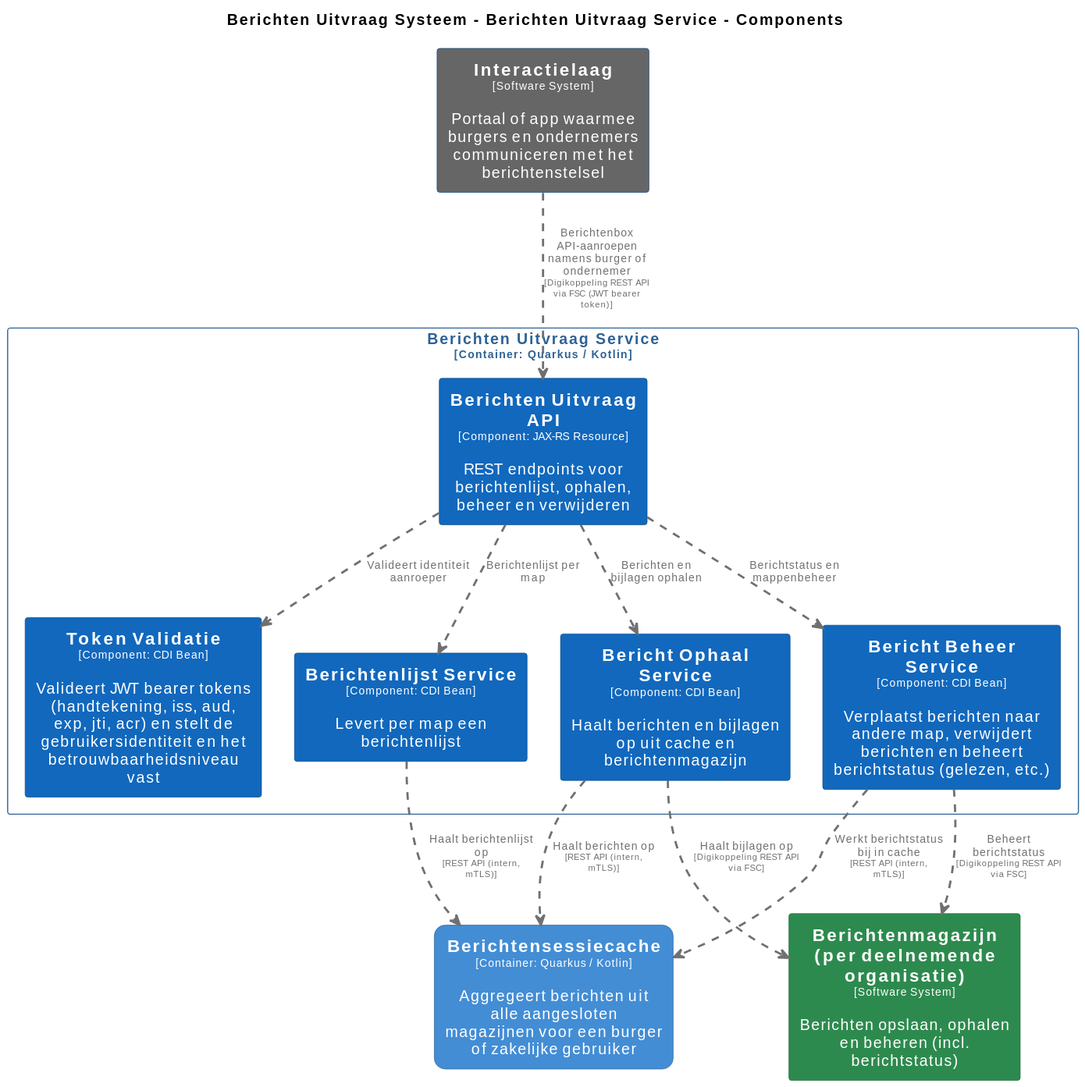
MinBZK/moza-poc-fbs-berichtenbox keeps this PlantUML diagram as pr-preview/pr-22/master/svg/BerichtenUitvraagServiceComponenten.svg. Above is the earlier version. Its source is kept beside it as pr-preview/pr-22/master/puml/BerichtenUitvraagServiceComponenten.puml.
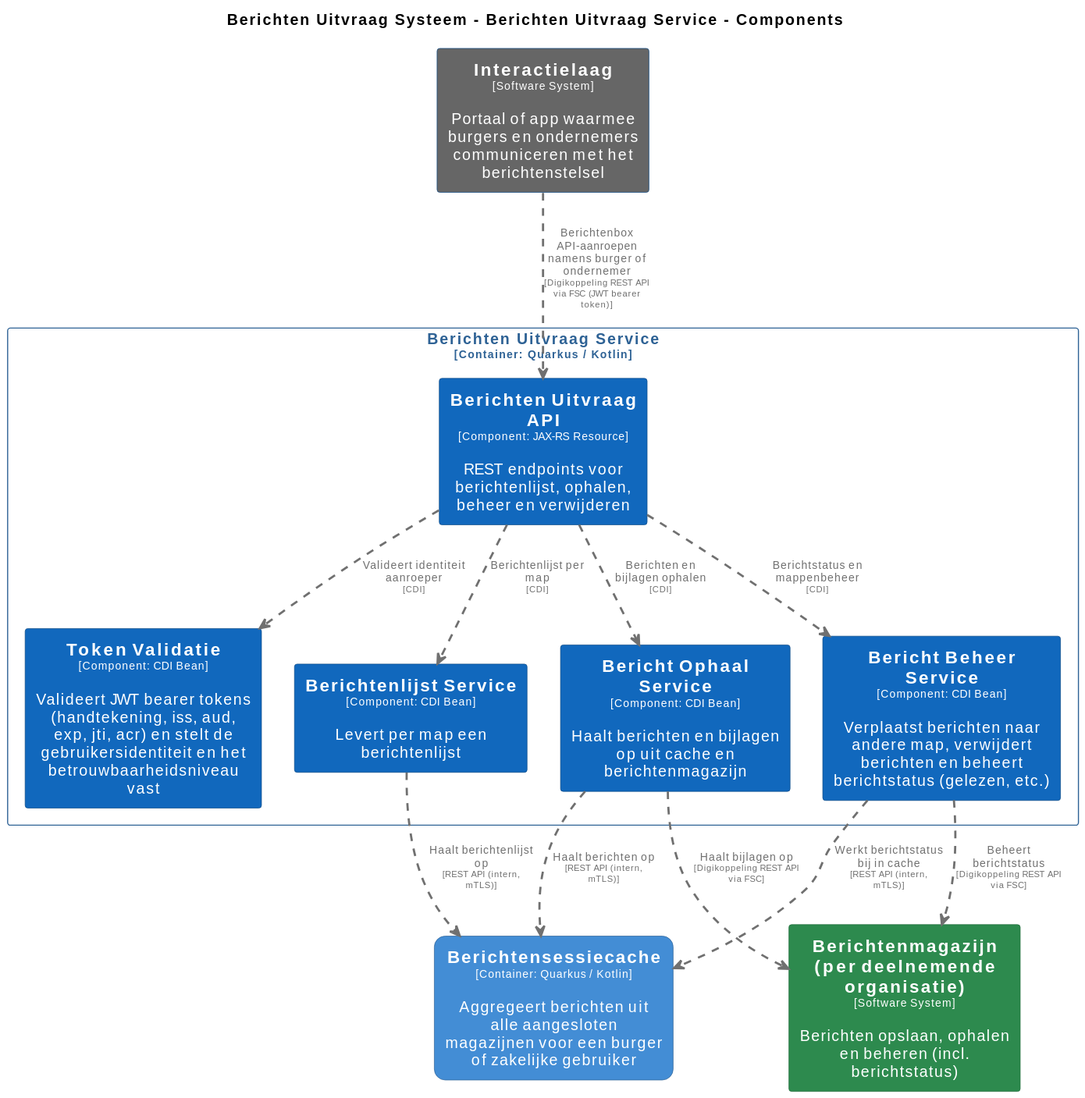
The same diagram one commit later.

Change to the diagram source:
```diff
@@ -82,10 +82,10 @@
   rectangle "==Bericht Beheer Service\n<size:10>[Component: CDI Bean]</size>\n\nVerplaatst berichten naar andere map, verwijdert berichten en beheert berichtstatus (gelezen, etc.)" <<BerichtenUitvraagSysteem.BerichtenUitvraagService.BerichtBeheerService>> as BerichtenUitvraagSysteem.BerichtenUitvraagService.BerichtBeheerService
 }
 
-BerichtenUitvraagSysteem.BerichtenUitvraagService.BerichtenUitvraagAPI .[#707070,thickness=2].> BerichtenUitvraagSysteem.BerichtenUitvraagService.TokenValidatie : "<color:#707070>Valideert identiteit aanroeper"
-BerichtenUitvraagSysteem.BerichtenUitvraagService.BerichtenUitvraagAPI .[#707070,thickness=2].> BerichtenUitvraagSysteem.BerichtenUitvraagService.BerichtenlijstService : "<color:#707070>Berichtenlijst per map"
-BerichtenUitvraagSysteem.BerichtenUitvraagService.BerichtenUitvraagAPI .[#707070,thickness=2].> BerichtenUitvraagSysteem.BerichtenUitvraagService.BerichtOphaalService : "<color:#707070>Berichten en bijlagen ophalen"
-BerichtenUitvraagSysteem.BerichtenUitvraagService.BerichtenUitvraagAPI .[#707070,thickness=2].> BerichtenUitvraagSysteem.BerichtenUitvraagService.BerichtBeheerService : "<color:#707070>Berichtstatus en mappenbeheer"
+BerichtenUitvraagSysteem.BerichtenUitvraagService.BerichtenUitvraagAPI .[#707070,thickness=2].> BerichtenUitvraagSysteem.BerichtenUitvraagService.TokenValidatie : "<color:#707070>Valideert identiteit aanroeper\n<color:#707070><size:8>[CDI]</size>"
+BerichtenUitvraagSysteem.BerichtenUitvraagService.BerichtenUitvraagAPI .[#707070,thickness=2].> BerichtenUitvraagSysteem.BerichtenUitvraagService.BerichtenlijstService : "<color:#707070>Berichtenlijst per map\n<color:#707070><size:8>[CDI]</size>"
+BerichtenUitvraagSysteem.BerichtenUitvraagService.BerichtenUitvraagAPI .[#707070,thickness=2].> BerichtenUitvraagSysteem.BerichtenUitvraagService.BerichtOphaalService : "<color:#707070>Berichten en bijlagen ophalen\n<color:#707070><size:8>[CDI]</size>"
+BerichtenUitvraagSysteem.BerichtenUitvraagService.BerichtenUitvraagAPI .[#707070,thickness=2].> BerichtenUitvraagSysteem.BerichtenUitvraagService.BerichtBeheerService : "<color:#707070>Berichtstatus en mappenbeheer\n<color:#707070><size:8>[CDI]</size>"
 BerichtenUitvraagSysteem.BerichtenUitvraagService.BerichtOphaalService .[#707070,thickness=2].> BerichtenUitvraagSysteem.Berichtensessiecache : "<color:#707070>Haalt berichten op\n<color:#707070><size:8>[REST API (intern, mTLS)]</size>"
 BerichtenUitvraagSysteem.BerichtenUitvraagService.BerichtenlijstService .[#707070,thickness=2].> BerichtenUitvraagSysteem.Berichtensessiecache : "<color:#707070>Haalt berichtenlijst op\n<color:#707070><size:8>[REST API (intern, mTLS)]</size>"
 BerichtenUitvraagSysteem.BerichtenUitvraagService.BerichtBeheerService .[#707070,thickness=2].> BerichtenUitvraagSysteem.Berichtensessiecache : "<color:#707070>Werkt berichtstatus bij in cache\n<color:#707070><size:8>[REST API (intern, mTLS)]</size>"
```
